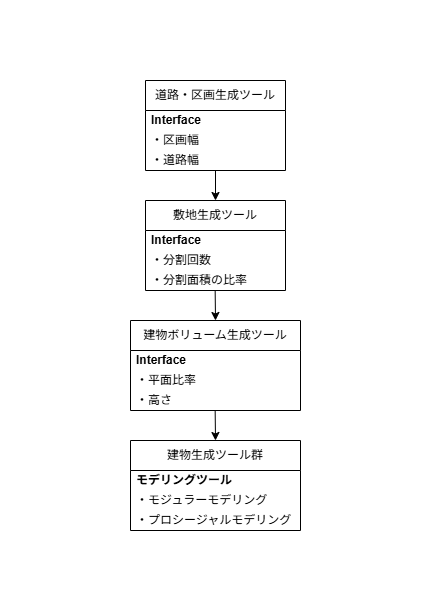
The draw.io diagram PF/Drawio/CityGenerator_UML.png in uminchegject/ToDo, before a commit. Source tidied: cells renumbered, new cells last; positions are measured from the earlier drawing's top-left corner, leaving out a move shared by most shapes.
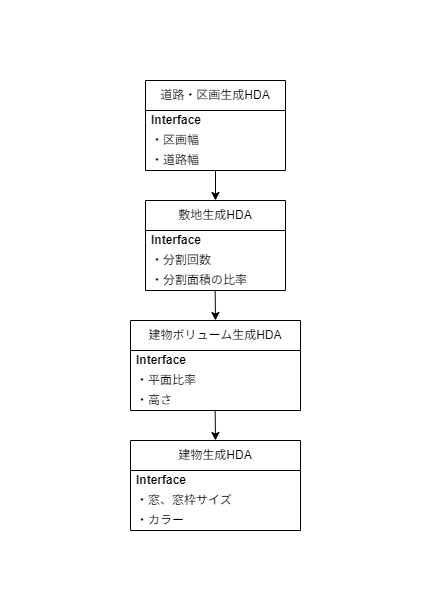
The same diagram one commit later.

Change to the diagram source:
```diff
@@ -1,4 +1,4 @@
-<mxGraphModel>
+<mxGraphModel background="#ffffff">
   <root>
     <mxCell id="0" />
     <mxCell id="1" parent="0" />
@@ -8,7 +8,7 @@
         <mxPoint x="215" y="200" as="targetPoint" />
       </mxGeometry>
     </mxCell>
-    <mxCell id="3" value="道路・区画生成ツール" style="swimlane;fontStyle=0;horizontal=1;startSize=30;whiteSpace=wrap;html=1;" parent="1" vertex="1">
+    <mxCell id="3" value="道路・区画生成HDA" style="swimlane;fontStyle=0;horizontal=1;startSize=30;whiteSpace=wrap;html=1;" parent="1" vertex="1">
       <mxGeometry x="145" y="80" width="140" height="90" as="geometry" />
     </mxCell>
     <mxCell id="4" value="&lt;b&gt;Interface&lt;/b&gt;" style="text;strokeColor=none;fillColor=none;align=left;verticalAlign=middle;spacingLeft=4;spacingRight=4;overflow=hidden;whiteSpace=wrap;html=1;" parent="3" vertex="1">
@@ -20,7 +20,7 @@
     <mxCell id="6" value="・道路幅" style="text;strokeColor=none;fillColor=none;align=left;verticalAlign=middle;spacingLeft=4;spacingRight=4;overflow=hidden;whiteSpace=wrap;html=1;" parent="3" vertex="1">
       <mxGeometry y="70" width="140" height="20" as="geometry" />
     </mxCell>
-    <mxCell id="7" value="敷地生成ツール" style="swimlane;fontStyle=0;horizontal=1;startSize=30;whiteSpace=wrap;html=1;" parent="1" vertex="1">
+    <mxCell id="7" value="敷地生成HDA" style="swimlane;fontStyle=0;horizontal=1;startSize=30;whiteSpace=wrap;html=1;" parent="1" vertex="1">
       <mxGeometry x="145" y="200" width="140" height="90" as="geometry" />
     </mxCell>
     <mxCell id="8" value="&lt;b&gt;Interface&lt;/b&gt;" style="text;strokeColor=none;fillColor=none;align=left;verticalAlign=middle;spacingLeft=4;spacingRight=4;overflow=hidden;whiteSpace=wrap;html=1;" parent="7" vertex="1">
@@ -32,7 +32,7 @@
     <mxCell id="10" value="・分割面積の比率" style="text;strokeColor=none;fillColor=none;align=left;verticalAlign=middle;spacingLeft=4;spacingRight=4;overflow=hidden;whiteSpace=wrap;html=1;" parent="7" vertex="1">
       <mxGeometry y="70" width="140" height="20" as="geometry" />
     </mxCell>
-    <mxCell id="11" value="建物ボリューム生成ツール" style="swimlane;fontStyle=0;horizontal=1;startSize=30;whiteSpace=wrap;html=1;" parent="1" vertex="1">
+    <mxCell id="11" value="建物ボリューム生成HDA" style="swimlane;fontStyle=0;horizontal=1;startSize=30;whiteSpace=wrap;html=1;" parent="1" vertex="1">
       <mxGeometry x="130" y="320" width="170" height="90" as="geometry" />
     </mxCell>
     <mxCell id="12" value="&lt;b&gt;Interface&lt;/b&gt;" style="text;strokeColor=none;fillColor=none;align=left;verticalAlign=middle;spacingLeft=4;spacingRight=4;overflow=hidden;whiteSpace=wrap;html=1;" parent="11" vertex="1">
@@ -50,16 +50,16 @@
         <mxPoint x="215" y="320" as="targetPoint" />
       </mxGeometry>
     </mxCell>
-    <mxCell id="16" value="建物生成ツール群" style="swimlane;fontStyle=0;horizontal=1;startSize=30;whiteSpace=wrap;html=1;" parent="1" vertex="1">
+    <mxCell id="16" value="建物生成HDA" style="swimlane;fontStyle=0;horizontal=1;startSize=30;whiteSpace=wrap;html=1;" parent="1" vertex="1">
       <mxGeometry x="130" y="440" width="170" height="90" as="geometry" />
     </mxCell>
-    <mxCell id="17" value="&lt;b&gt;モデリングツール&lt;/b&gt;" style="text;strokeColor=none;fillColor=none;align=left;verticalAlign=middle;spacingLeft=4;spacingRight=4;overflow=hidden;whiteSpace=wrap;html=1;" parent="16" vertex="1">
+    <mxCell id="17" value="&lt;b&gt;Interface&lt;/b&gt;" style="text;strokeColor=none;fillColor=none;align=left;verticalAlign=middle;spacingLeft=4;spacingRight=4;overflow=hidden;whiteSpace=wrap;html=1;" parent="16" vertex="1">
       <mxGeometry y="30" width="170" height="20" as="geometry" />
     </mxCell>
-    <mxCell id="18" value="・モジュラーモデリング" style="text;strokeColor=none;fillColor=none;align=left;verticalAlign=middle;spacingLeft=4;spacingRight=4;overflow=hidden;whiteSpace=wrap;html=1;" parent="16" vertex="1">
+    <mxCell id="18" value="・窓、窓枠サイズ" style="text;strokeColor=none;fillColor=none;align=left;verticalAlign=middle;spacingLeft=4;spacingRight=4;overflow=hidden;whiteSpace=wrap;html=1;" parent="16" vertex="1">
       <mxGeometry y="50" width="170" height="20" as="geometry" />
     </mxCell>
-    <mxCell id="19" value="・プロシージャルモデリング" style="text;strokeColor=none;fillColor=none;align=left;verticalAlign=middle;spacingLeft=4;spacingRight=4;overflow=hidden;whiteSpace=wrap;html=1;" parent="16" vertex="1">
+    <mxCell id="19" value="・カラー" style="text;strokeColor=none;fillColor=none;align=left;verticalAlign=middle;spacingLeft=4;spacingRight=4;overflow=hidden;whiteSpace=wrap;html=1;" parent="16" vertex="1">
       <mxGeometry y="70" width="170" height="20" as="geometry" />
     </mxCell>
     <mxCell id="20" style="edgeStyle=none;html=1;" parent="1" edge="1">
```
